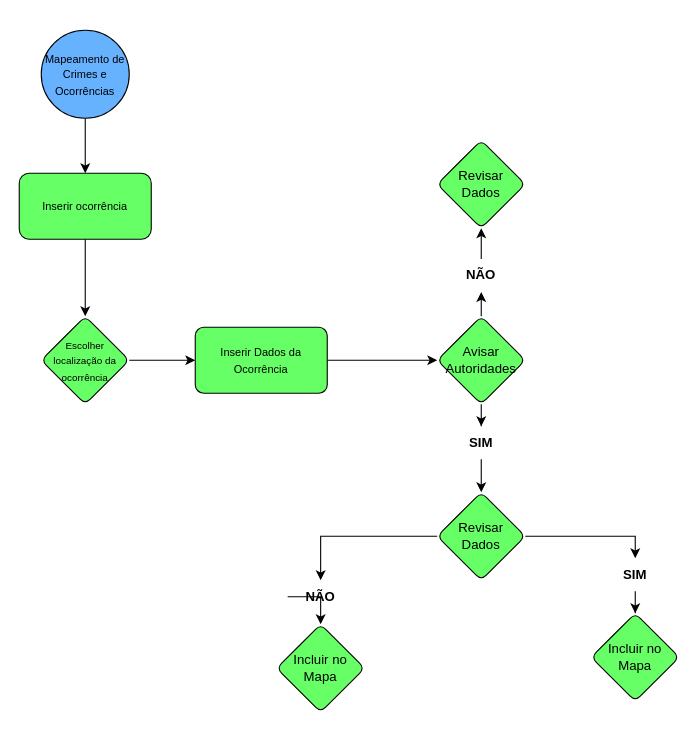
Above: mapa-crimes-projeto01.drawio in designrique/digitalfisher (draw.io), before the change. Source tidied: cells renumbered, new cells numbered last; positions are measured from the earlier drawing's top-left corner, leaving out a move shared by most shapes. Both pictures are drawn from the tidied source at 110%, with x=0, y=0 at pixel (19, 30).
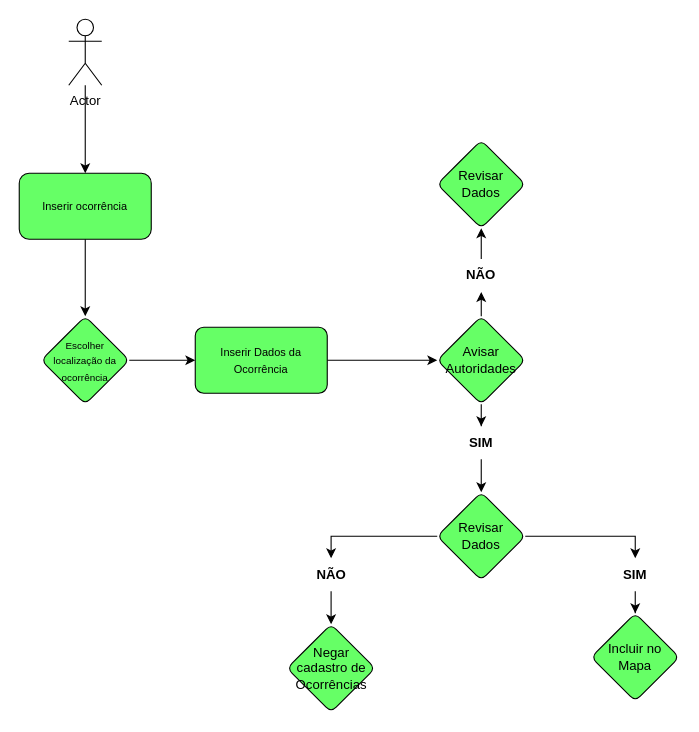
Above is the later version.

Unchanged cells that the change refers to:
```xml
<mxCell id="5" value="&lt;font style=&quot;font-size: 10px;&quot;&gt;Inserir ocorrência&lt;/font&gt;" style="rounded=1;whiteSpace=wrap;html=1;fillColor=#66FF66;" parent="1" vertex="1">
  <mxGeometry y="130" width="120" height="60" as="geometry" />
</mxCell>
<mxCell id="16" value="Revisar Dados" style="rhombus;whiteSpace=wrap;html=1;fillColor=#66FF66;rounded=1;arcSize=13;" parent="1" vertex="1">
  <mxGeometry x="380" y="420" width="80" height="80" as="geometry" />
</mxCell>
<mxCell id="21" value="Incluir no Mapa" style="rhombus;whiteSpace=wrap;html=1;fillColor=#66FF66;rounded=1;arcSize=13;" parent="1" vertex="1">
  <mxGeometry x="520" y="530" width="80" height="80" as="geometry" />
</mxCell>
```

Diff of the diagram source:
```diff
@@
-    <mxCell id="2" style="edgeStyle=orthogonalEdgeStyle;rounded=0;jettySize=auto;html=1;exitX=0.5;exitY=1;exitDx=0;exitDy=0;entryX=0.5;entryY=0;entryDx=0;entryDy=0;" parent="1" edge="1" source="3" target="5">
+    <mxCell id="2" style="edgeStyle=orthogonalEdgeStyle;rounded=0;jettySize=auto;html=1;entryX=0.5;entryY=0;entryDx=0;entryDy=0;" parent="1" edge="1" source="27" target="5">
       <mxGeometry relative="1" as="geometry" />
     </mxCell>
-    <mxCell id="3" value="&lt;font style=&quot;font-size: 10px;&quot;&gt;Mapeamento de Crimes e Ocorrências&lt;/font&gt;" style="ellipse;whiteSpace=wrap;html=1;fillColor=#66B2FF;" parent="1" vertex="1">
-      <mxGeometry x="20" width="80" height="80" as="geometry" />
-    </mxCell>
@@
+    <mxCell id="15" style="edgeStyle=orthogonalEdgeStyle;rounded=0;jettySize=auto;html=1;entryX=0.5;entryY=0;entryDx=0;entryDy=0;" parent="1" edge="1" source="26" target="21">
+      <mxGeometry relative="1" as="geometry" />
+    </mxCell>
-    <mxCell id="14" style="edgeStyle=orthogonalEdgeStyle;rounded=0;jettySize=auto;html=1;entryX=0.5;entryY=0;entryDx=0;entryDy=0;exitX=0;exitY=0.5;exitDx=0;exitDy=0;" parent="1" edge="1" source="24" target="22">
-      <mxGeometry relative="1" as="geometry" />
+    <mxCell id="14" style="edgeStyle=orthogonalEdgeStyle;rounded=0;jettySize=auto;html=1;" parent="1" edge="1" source="24" target="22">
+      <mxGeometry relative="1" as="geometry">
+        <Array as="points">
+          <mxPoint x="283.5" y="520" />
+          <mxPoint x="283.5" y="520" />
+        </Array>
+      </mxGeometry>
     </mxCell>
-    <mxCell id="15" style="edgeStyle=orthogonalEdgeStyle;rounded=0;jettySize=auto;html=1;entryX=0.5;entryY=0;entryDx=0;entryDy=0;" parent="1" edge="1" source="26" target="21">
-      <mxGeometry relative="1" as="geometry" />
-    </mxCell>
@@
-    <mxCell id="22" value="Incluir no Mapa" style="rhombus;whiteSpace=wrap;html=1;fillColor=#66FF66;rounded=1;arcSize=13;" parent="1" vertex="1">
-      <mxGeometry x="234" y="540" width="80" height="80" as="geometry" />
+    <mxCell id="22" value="Negar cadastro de Ocorrências" style="rhombus;whiteSpace=wrap;html=1;fillColor=#66FF66;rounded=1;arcSize=13;" parent="1" vertex="1">
+      <mxGeometry x="243.5" y="540" width="80" height="80" as="geometry" />
     </mxCell>
+    <mxCell id="25" style="edgeStyle=orthogonalEdgeStyle;rounded=0;jettySize=auto;html=1;entryX=0.5;entryY=0;entryDx=0;entryDy=0;" parent="1" edge="1" source="16" target="26">
+      <mxGeometry relative="1" as="geometry" />
+    </mxCell>
+    <mxCell id="26" value="&lt;b&gt;SIM&lt;/b&gt;" style="text;strokeColor=none;align=center;fillColor=none;html=1;verticalAlign=middle;whiteSpace=wrap;rounded=0;" parent="1" vertex="1">
+      <mxGeometry x="530" y="480" width="60" height="30" as="geometry" />
+    </mxCell>
-    <mxCell id="23" style="edgeStyle=orthogonalEdgeStyle;rounded=0;jettySize=auto;html=1;entryX=0.5;entryY=0;entryDx=0;entryDy=0;exitX=0;exitY=0.5;exitDx=0;exitDy=0;" parent="1" edge="1" source="16" target="24">
-      <mxGeometry relative="1" as="geometry" />
+    <mxCell id="23" style="edgeStyle=orthogonalEdgeStyle;rounded=0;jettySize=auto;html=1;entryX=0.5;entryY=0;entryDx=0;entryDy=0;" parent="1" edge="1" source="16" target="24">
+      <mxGeometry relative="1" as="geometry">
+        <Array as="points">
+          <mxPoint x="284" y="460" />
+        </Array>
+      </mxGeometry>
     </mxCell>
     <mxCell id="24" value="&lt;b&gt;NÃO&lt;/b&gt;" style="text;strokeColor=none;align=center;fillColor=none;html=1;verticalAlign=middle;whiteSpace=wrap;rounded=0;" parent="1" vertex="1">
-      <mxGeometry x="244" y="500" width="60" height="30" as="geometry" />
+      <mxGeometry x="253.5" y="480" width="60" height="30" as="geometry" />
     </mxCell>
-    <mxCell id="25" style="edgeStyle=orthogonalEdgeStyle;rounded=0;jettySize=auto;html=1;entryX=0.5;entryY=0;entryDx=0;entryDy=0;" parent="1" edge="1" source="16" target="26">
-      <mxGeometry relative="1" as="geometry" />
-    </mxCell>
-    <mxCell id="26" value="&lt;b&gt;SIM&lt;/b&gt;" style="text;strokeColor=none;align=center;fillColor=none;html=1;verticalAlign=middle;whiteSpace=wrap;rounded=0;" parent="1" vertex="1">
-      <mxGeometry x="530" y="480" width="60" height="30" as="geometry" />
-    </mxCell>
+    <mxCell id="27" value="Actor" style="shape=umlActor;verticalLabelPosition=bottom;verticalAlign=top;html=1;outlineConnect=0;" parent="1" vertex="1">
+      <mxGeometry x="45" y="-10" width="30" height="60" as="geometry" />
+    </mxCell>
```
